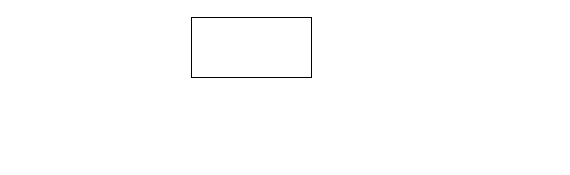
The draw.io diagram diagrams/SystemContextDiagram.drawio in FranziskaGreiner/QuizMaster, before the edit. Source tidied: cells renumbered, new cells numbered last; positions are measured from the earlier drawing's top-left corner, leaving out a move shared by most shapes. Both pictures are drawn from the tidied source at 100%, with x=0, y=0 at pixel (191, 17).
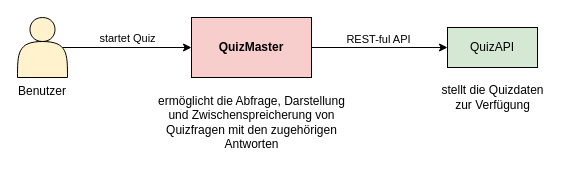
The same diagram, later.

Change to the diagram source:
```diff
@@
 <mxGraphModel>
   <root>
     <mxCell id="0" />
     <mxCell id="1" parent="0" />
+    <mxCell id="3" style="edgeStyle=orthogonalEdgeStyle;rounded=0;jettySize=auto;html=1;exitX=1;exitY=0.5;exitDx=0;exitDy=0;entryX=0;entryY=0.5;entryDx=0;entryDy=0;fontColor=#000000;strokeColor=#000000;" parent="1" edge="1" source="2" target="5">
+      <mxGeometry relative="1" as="geometry" />
+    </mxCell>
+    <mxCell id="4" value="REST-ful API" style="edgeLabel;html=1;align=center;verticalAlign=bottom;fontColor=#000000;labelPosition=center;verticalLabelPosition=top;" parent="3" vertex="1">
+      <mxGeometry x="-0.19" y="-4" relative="1" as="geometry">
+        <mxPoint x="11" y="-4" as="offset" />
+      </mxGeometry>
+    </mxCell>
-    <mxCell id="2" style="rounded=0;whiteSpace=wrap;html=1;" parent="1" vertex="1">
+    <mxCell id="2" value="QuizMaster" style="rounded=0;whiteSpace=wrap;html=1;fontStyle=1;fillColor=#f8cecc;strokeColor=#000000;" parent="1" vertex="1">
       <mxGeometry width="120" height="60" as="geometry" />
     </mxCell>
+    <mxCell id="5" value="QuizAPI" style="rounded=0;whiteSpace=wrap;html=1;fillColor=#d5e8d4;strokeColor=#000000;" parent="1" vertex="1">
+      <mxGeometry x="256" y="10" width="90" height="40" as="geometry" />
+    </mxCell>
+    <mxCell id="6" value="startet Quiz" style="edgeStyle=orthogonalEdgeStyle;rounded=0;jettySize=auto;html=1;exitX=0.9;exitY=0.5;exitDx=0;exitDy=0;exitPerimeter=0;entryX=0;entryY=0.5;entryDx=0;entryDy=0;fontColor=#000000;strokeColor=#000000;labelPosition=center;verticalLabelPosition=top;align=center;verticalAlign=bottom;" parent="1" edge="1" source="7" target="2">
+      <mxGeometry relative="1" as="geometry" />
+    </mxCell>
+    <mxCell id="7" value="Benutzer" style="shape=actor;whiteSpace=wrap;html=1;labelPosition=center;verticalLabelPosition=bottom;align=center;verticalAlign=top;fillColor=#fff2cc;strokeColor=#000000;" parent="1" vertex="1">
+      <mxGeometry x="-174" width="50" height="60" as="geometry" />
+    </mxCell>
+    <mxCell id="8" value="&lt;div&gt;ermöglicht die Abfrage, Darstellung&lt;/div&gt;&lt;div&gt;und Zwischenspreicherung von&lt;/div&gt;&lt;div&gt;Quizfragen mit den zugehörigen&lt;/div&gt;&lt;div&gt;Antworten &lt;/div&gt;" style="text;html=1;align=center;verticalAlign=middle;strokeColor=none;fillColor=none;fontColor=#000000;" parent="1" vertex="1">
+      <mxGeometry x="-45" y="70" width="210" height="70" as="geometry" />
+    </mxCell>
+    <mxCell id="9" value="&lt;div&gt;stellt die Quizdaten&lt;/div&gt;&lt;div&gt;zur Verfügung&lt;/div&gt;" style="text;html=1;align=center;verticalAlign=middle;strokeColor=none;fillColor=none;fontColor=#000000;" parent="1" vertex="1">
+      <mxGeometry x="241" y="60" width="120" height="40" as="geometry" />
+    </mxCell>
   </root>
 </mxGraphModel>
```
